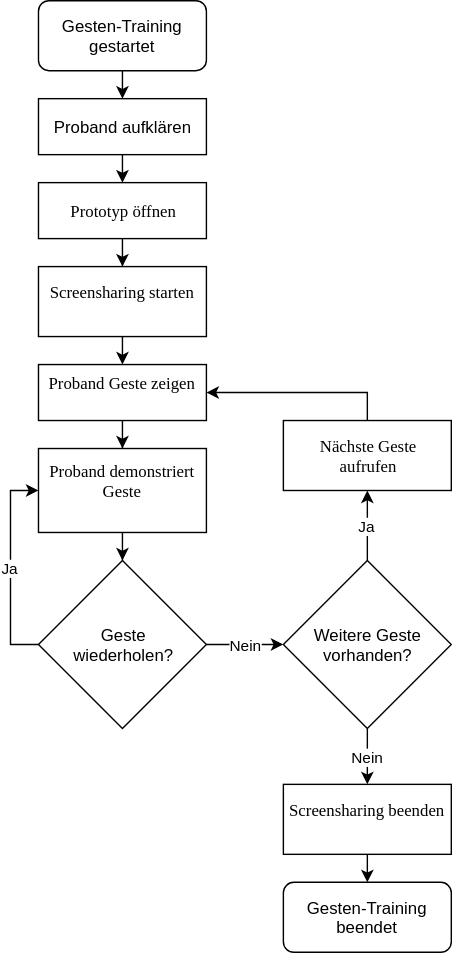
Earlier version of the draw.io export img/de/introduction/study-preview/gesture-training.svg (danielkuenkel/gesturenote). Source tidied: cells renumbered, new cells last; positions are measured from the earlier drawing's top-left corner, leaving out a move shared by most shapes. Source of this version:
```xml
<mxGraphModel background="#ffffff">
  <root>
    <mxCell id="0" />
    <mxCell id="1" parent="0" />
    <mxCell id="2" style="edgeStyle=orthogonalEdgeStyle;rounded=0;html=1;entryX=0.5;entryY=0;jettySize=auto;" parent="1" edge="1" source="3" target="5">
      <mxGeometry relative="1" as="geometry" />
    </mxCell>
    <mxCell id="3" value="Prototyp öffnen" style="rounded=1;whiteSpace=wrap;html=1;shadow=0;labelBackgroundColor=none;strokeColor=#000000;strokeWidth=1;fillColor=#ffffff;fontFamily=Verdana;fontSize=12;fontColor=#000000;align=center;arcSize=0;" parent="1" vertex="1">
      <mxGeometry y="130" width="120" height="40" as="geometry" />
    </mxCell>
    <mxCell id="4" style="edgeStyle=orthogonalEdgeStyle;rounded=0;html=1;exitX=0.5;exitY=1;entryX=0.5;entryY=0;jettySize=auto;" parent="1" edge="1" source="5" target="7">
      <mxGeometry relative="1" as="geometry" />
    </mxCell>
    <mxCell id="5" value="Screensharing starten" style="rounded=1;whiteSpace=wrap;html=1;shadow=0;labelBackgroundColor=none;strokeColor=#000000;strokeWidth=1;fillColor=#ffffff;fontFamily=Verdana;fontSize=12;fontColor=#000000;align=center;arcSize=0;" parent="1" vertex="1">
      <mxGeometry y="190" width="120" height="50" as="geometry" />
    </mxCell>
    <mxCell id="6" style="edgeStyle=orthogonalEdgeStyle;rounded=0;comic=0;html=1;entryX=0.5;entryY=0;shadow=0;jettySize=auto;" parent="1" edge="1" source="7" target="9">
      <mxGeometry relative="1" as="geometry" />
    </mxCell>
    <mxCell id="7" value="Proband Geste zeigen" style="rounded=1;whiteSpace=wrap;html=1;shadow=0;labelBackgroundColor=none;strokeColor=#000000;strokeWidth=1;fillColor=#ffffff;fontFamily=Verdana;fontSize=12;fontColor=#000000;align=center;arcSize=0;" parent="1" vertex="1">
      <mxGeometry y="260" width="120" height="40" as="geometry" />
    </mxCell>
    <mxCell id="8" style="edgeStyle=orthogonalEdgeStyle;rounded=0;comic=0;html=1;entryX=0.5;entryY=0;shadow=0;jettySize=auto;" parent="1" edge="1" source="9" target="12">
      <mxGeometry relative="1" as="geometry" />
    </mxCell>
    <mxCell id="9" value="Proband demonstriert&lt;div&gt;Geste&lt;/div&gt;" style="rounded=1;whiteSpace=wrap;html=1;shadow=0;labelBackgroundColor=none;strokeColor=#000000;strokeWidth=1;fillColor=#ffffff;fontFamily=Verdana;fontSize=12;fontColor=#000000;align=center;arcSize=0;" parent="1" vertex="1">
      <mxGeometry y="320" width="120" height="60" as="geometry" />
    </mxCell>
    <mxCell id="10" value="Ja" style="edgeStyle=orthogonalEdgeStyle;rounded=0;comic=0;html=1;exitX=0;exitY=0.5;entryX=0;entryY=0.5;shadow=0;jettySize=auto;" parent="1" edge="1" source="12" target="9">
      <mxGeometry relative="1" as="geometry" />
    </mxCell>
    <mxCell id="11" value="Nein" style="edgeStyle=orthogonalEdgeStyle;rounded=0;comic=0;html=1;entryX=0;entryY=0.5;shadow=0;jettySize=auto;" parent="1" edge="1" source="12" target="18">
      <mxGeometry relative="1" as="geometry" />
    </mxCell>
    <mxCell id="12" value="Geste&lt;div&gt;wiederholen?&lt;/div&gt;" style="rhombus;whiteSpace=wrap;html=1;" parent="1" vertex="1">
      <mxGeometry y="400" width="120" height="120" as="geometry" />
    </mxCell>
    <mxCell id="13" style="edgeStyle=orthogonalEdgeStyle;rounded=0;comic=0;html=1;exitX=0.5;exitY=1;entryX=0.5;entryY=0;shadow=0;jettySize=auto;" parent="1" edge="1" source="14" target="25">
      <mxGeometry relative="1" as="geometry" />
    </mxCell>
    <mxCell id="14" value="Screensharing beenden" style="rounded=1;whiteSpace=wrap;html=1;shadow=0;labelBackgroundColor=none;strokeColor=#000000;strokeWidth=1;fillColor=#ffffff;fontFamily=Verdana;fontSize=12;fontColor=#000000;align=center;arcSize=0;" parent="1" vertex="1">
      <mxGeometry x="175" y="560" width="120" height="50" as="geometry" />
    </mxCell>
    <mxCell id="15" style="edgeStyle=orthogonalEdgeStyle;rounded=0;comic=0;html=1;exitX=0;exitY=0;entryX=0;entryY=0;shadow=0;jettySize=auto;orthogonalLoop=1;" parent="1" edge="1" source="12" target="12">
      <mxGeometry relative="1" as="geometry" />
    </mxCell>
    <mxCell id="16" value="Nein" style="edgeStyle=orthogonalEdgeStyle;rounded=0;comic=0;html=1;entryX=0.5;entryY=0;shadow=0;jettySize=auto;" parent="1" edge="1" source="18" target="14">
      <mxGeometry relative="1" as="geometry" />
    </mxCell>
    <mxCell id="17" value="Ja" style="edgeStyle=orthogonalEdgeStyle;rounded=0;comic=0;html=1;exitX=0.5;exitY=0;entryX=0.5;entryY=1;shadow=0;jettySize=auto;" parent="1" edge="1" source="18" target="20">
      <mxGeometry relative="1" as="geometry" />
    </mxCell>
    <mxCell id="18" value="Weitere Geste&lt;div&gt;vorhanden?&lt;/div&gt;" style="rhombus;whiteSpace=wrap;html=1;" parent="1" vertex="1">
      <mxGeometry x="175" y="400" width="120" height="120" as="geometry" />
    </mxCell>
    <mxCell id="19" style="edgeStyle=orthogonalEdgeStyle;rounded=0;comic=0;html=1;exitX=0.5;exitY=0;entryX=1;entryY=0.5;shadow=0;jettySize=auto;" parent="1" edge="1" source="20" target="7">
      <mxGeometry relative="1" as="geometry" />
    </mxCell>
    <mxCell id="20" value="Nächste Geste&lt;div&gt;aufrufen&lt;/div&gt;" style="rounded=1;whiteSpace=wrap;html=1;shadow=0;labelBackgroundColor=none;strokeColor=#000000;strokeWidth=1;fillColor=#ffffff;fontFamily=Verdana;fontSize=12;fontColor=#000000;align=center;arcSize=0;" parent="1" vertex="1">
      <mxGeometry x="175" y="300" width="120" height="50" as="geometry" />
    </mxCell>
    <mxCell id="21" style="edgeStyle=orthogonalEdgeStyle;rounded=0;comic=0;html=1;exitX=0.5;exitY=1;entryX=0.5;entryY=0;shadow=0;jettySize=auto;" parent="1" edge="1" source="22" target="24">
      <mxGeometry relative="1" as="geometry" />
    </mxCell>
    <mxCell id="22" value="Gesten-Training gestartet" style="rounded=1;whiteSpace=wrap;html=1;" parent="1" vertex="1">
      <mxGeometry width="120" height="50" as="geometry" />
    </mxCell>
    <mxCell id="23" style="edgeStyle=orthogonalEdgeStyle;rounded=0;comic=0;html=1;exitX=0.5;exitY=1;entryX=0.5;entryY=0;shadow=0;jettySize=auto;" parent="1" edge="1" source="24" target="3">
      <mxGeometry relative="1" as="geometry" />
    </mxCell>
    <mxCell id="24" value="Proband aufklären" style="rounded=0;whiteSpace=wrap;html=1;" parent="1" vertex="1">
      <mxGeometry y="70" width="120" height="40" as="geometry" />
    </mxCell>
    <mxCell id="25" value="Gesten-Training beendet" style="rounded=1;whiteSpace=wrap;html=1;" parent="1" vertex="1">
      <mxGeometry x="175" y="630" width="120" height="50" as="geometry" />
    </mxCell>
  </root>
</mxGraphModel>
```
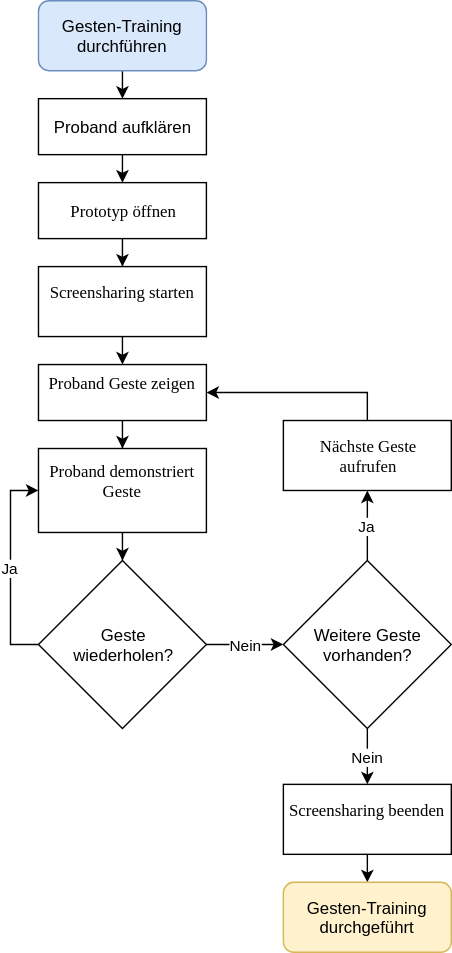
The same file after the commit.

Diff of the diagram source:
```diff
@@ -62,7 +62,7 @@
     <mxCell id="21" style="edgeStyle=orthogonalEdgeStyle;rounded=0;comic=0;html=1;exitX=0.5;exitY=1;entryX=0.5;entryY=0;shadow=0;jettySize=auto;" parent="1" edge="1" source="22" target="24">
       <mxGeometry relative="1" as="geometry" />
     </mxCell>
-    <mxCell id="22" value="Gesten-Training gestartet" style="rounded=1;whiteSpace=wrap;html=1;" parent="1" vertex="1">
+    <mxCell id="22" value="Gesten-Training durchführen" style="rounded=1;whiteSpace=wrap;html=1;fillColor=#dae8fc;strokeColor=#6c8ebf;" parent="1" vertex="1">
       <mxGeometry width="120" height="50" as="geometry" />
     </mxCell>
     <mxCell id="23" style="edgeStyle=orthogonalEdgeStyle;rounded=0;comic=0;html=1;exitX=0.5;exitY=1;entryX=0.5;entryY=0;shadow=0;jettySize=auto;" parent="1" edge="1" source="24" target="3">
@@ -71,7 +71,7 @@
     <mxCell id="24" value="Proband aufklären" style="rounded=0;whiteSpace=wrap;html=1;" parent="1" vertex="1">
       <mxGeometry y="70" width="120" height="40" as="geometry" />
     </mxCell>
-    <mxCell id="25" value="Gesten-Training beendet" style="rounded=1;whiteSpace=wrap;html=1;" parent="1" vertex="1">
+    <mxCell id="25" value="Gesten-Training durchgeführt" style="rounded=1;whiteSpace=wrap;html=1;fillColor=#fff2cc;strokeColor=#d6b656;" parent="1" vertex="1">
       <mxGeometry x="175" y="630" width="120" height="50" as="geometry" />
     </mxCell>
   </root>
```
